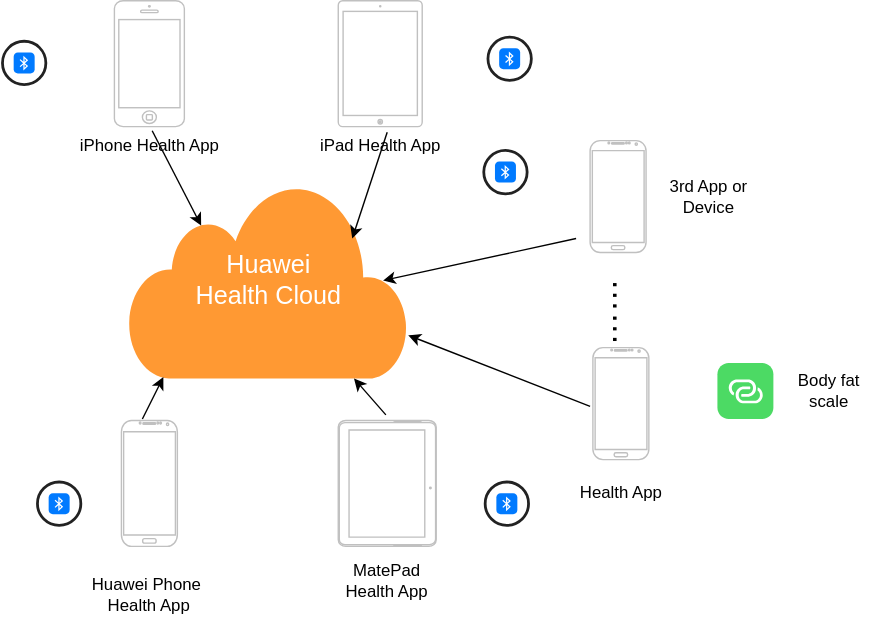
HuaHero/JavaGuide keeps this draw.io diagram as 运动健康云0层架构.drawio.svg. Above is the earlier version. Source tidied: cells renumbered, new cells last; positions are measured from the earlier drawing's top-left corner, leaving out a move shared by most shapes.
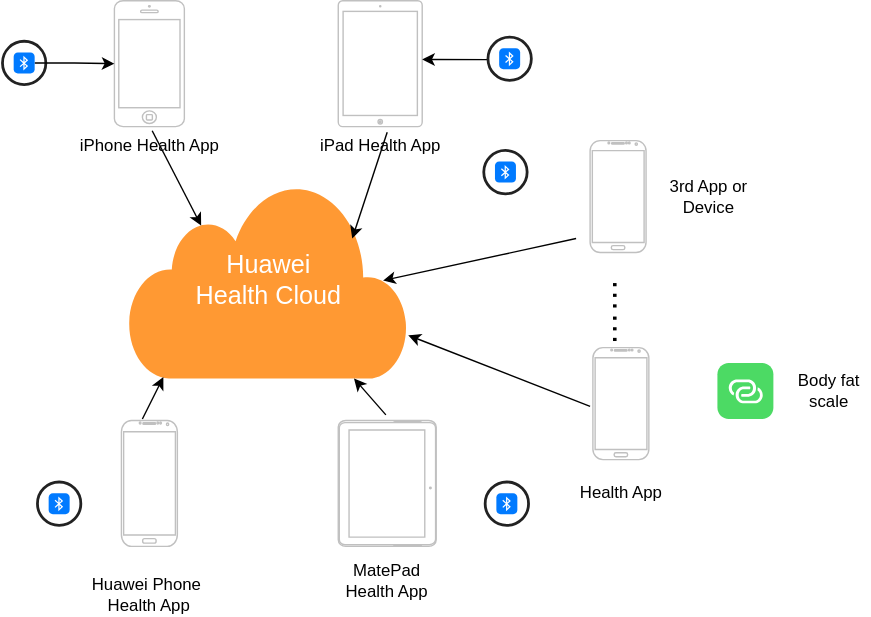
After the change.

Commit message:
更新运动健康云0层架构.drawio.svg

Change to the diagram source:
```diff
@@ -65,9 +65,18 @@
     <mxCell id="19" style="html=1;verticalLabelPosition=bottom;labelBackgroundColor=#ffffff;verticalAlign=top;shadow=0;dashed=0;strokeWidth=2;shape=mxgraph.ios7.misc.circle;strokeColor=#222222;fillColor=none;" parent="1" vertex="1">
       <mxGeometry y="29" width="31" height="31" as="geometry" />
     </mxCell>
+    <mxCell id="32" style="edgeStyle=orthogonalEdgeStyle;rounded=0;jettySize=auto;html=1;" parent="1" edge="1" source="20" target="2">
+      <mxGeometry relative="1" as="geometry" />
+    </mxCell>
     <mxCell id="20" style="html=1;strokeWidth=1;shadow=0;dashed=0;shape=mxgraph.ios7.misc.bluetooth;fillColor=#007AFF;strokeColor=none;buttonText=;strokeColor2=#222222;fontColor=#222222;fontSize=8;verticalLabelPosition=bottom;verticalAlign=top;align=center;sketch=0;" parent="1" vertex="1">
       <mxGeometry x="8" y="37" width="15" height="15" as="geometry" />
     </mxCell>
+    <mxCell id="33" style="rounded=0;orthogonalLoop=1;jettySize=auto;html=1;" parent="1" edge="1">
+      <mxGeometry relative="1" as="geometry">
+        <mxPoint x="347" y="42.1" as="sourcePoint" />
+        <mxPoint x="300" y="42" as="targetPoint" />
+      </mxGeometry>
+    </mxCell>
     <mxCell id="21" style="html=1;verticalLabelPosition=bottom;labelBackgroundColor=#ffffff;verticalAlign=top;shadow=0;dashed=0;strokeWidth=2;shape=mxgraph.ios7.misc.circle;strokeColor=#222222;fillColor=none;" parent="1" vertex="1">
       <mxGeometry x="347" y="26" width="31" height="31" as="geometry" />
     </mxCell>
```
